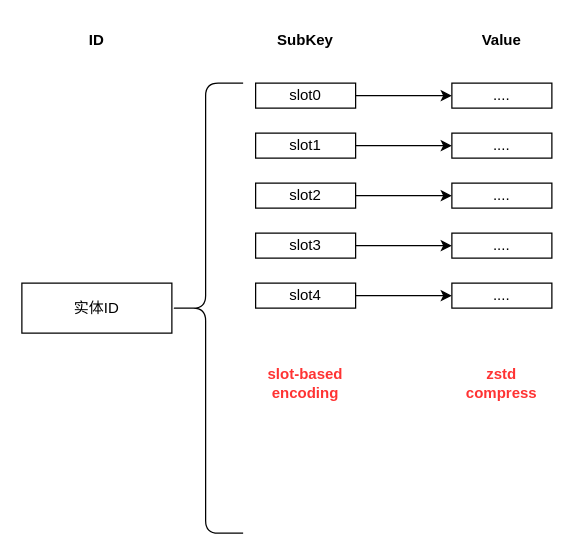
Above: km_tx_5.drawio in learn2Pro/draw_io_save (draw.io), before the change. Source tidied: cells renumbered, new cells numbered last; positions are measured from the earlier drawing's top-left corner, leaving out a move shared by most shapes. Both pictures are drawn from the tidied source at 125%, with x=0, y=0 at pixel (21, 21).
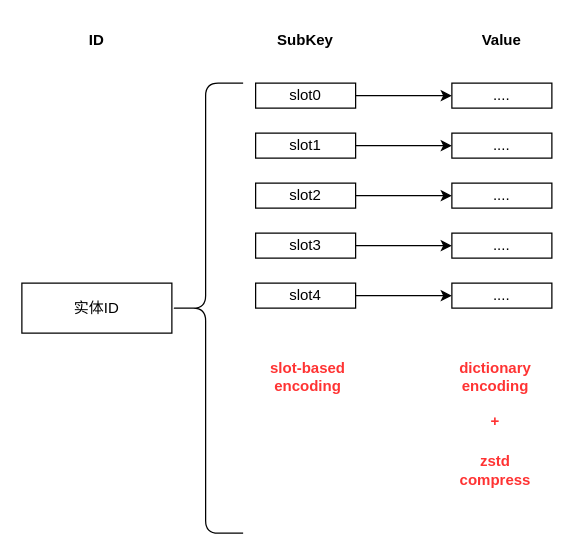
The same page after the edit.

Change to the diagram source:
```diff
@@
     <mxCell id="22" value="&lt;b&gt;slot-based&lt;br&gt;encoding&lt;/b&gt;" style="text;html=1;strokeColor=none;fillColor=none;align=center;verticalAlign=middle;whiteSpace=wrap;rounded=0;fontColor=#FF3333;" parent="1" vertex="1">
-      <mxGeometry x="182" y="259" width="90" height="60" as="geometry" />
+      <mxGeometry x="184" y="254" width="90" height="60" as="geometry" />
     </mxCell>
     <mxCell id="23" value="&lt;b&gt;zstd&lt;br&gt;compress&lt;br&gt;&lt;/b&gt;" style="text;html=1;strokeColor=none;fillColor=none;align=center;verticalAlign=middle;whiteSpace=wrap;rounded=0;fontColor=#FF3333;" parent="1" vertex="1">
-      <mxGeometry x="339" y="264" width="90" height="50" as="geometry" />
+      <mxGeometry x="334" y="334" width="90" height="50" as="geometry" />
     </mxCell>
+    <mxCell id="24" value="&lt;b&gt;dictionary&lt;br&gt;encoding&lt;br&gt;&lt;/b&gt;" style="text;html=1;strokeColor=none;fillColor=none;align=center;verticalAlign=middle;whiteSpace=wrap;rounded=0;fontColor=#FF3333;" parent="1" vertex="1">
+      <mxGeometry x="334" y="259" width="90" height="50" as="geometry" />
+    </mxCell>
+    <mxCell id="25" value="&lt;b&gt;+&lt;br&gt;&lt;/b&gt;" style="text;html=1;strokeColor=none;fillColor=none;align=center;verticalAlign=middle;whiteSpace=wrap;rounded=0;fontColor=#FF3333;" parent="1" vertex="1">
+      <mxGeometry x="334" y="295" width="90" height="50" as="geometry" />
+    </mxCell>
```
